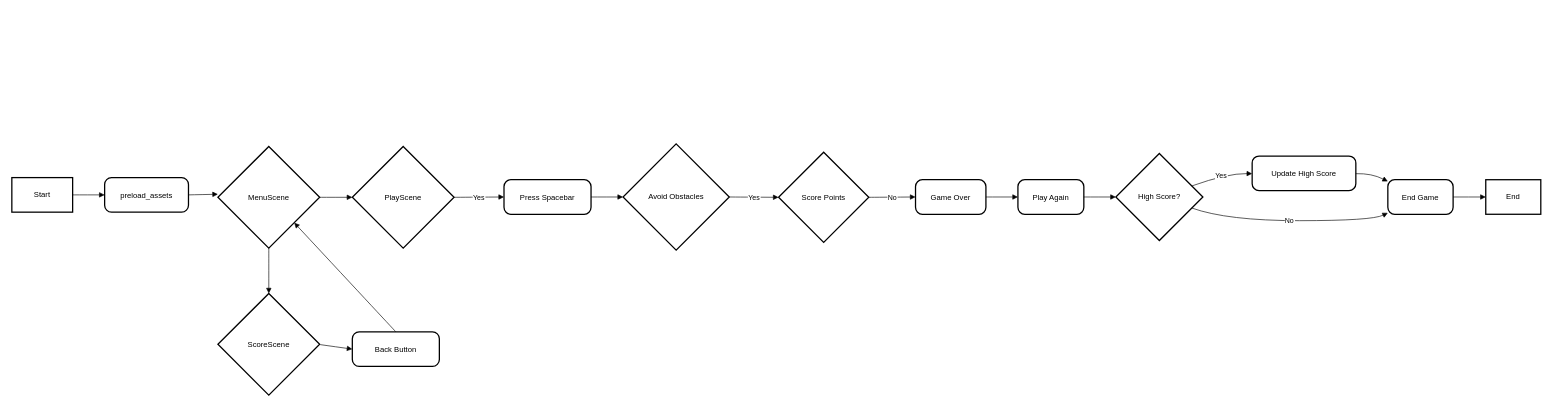
The draw.io diagram fBird_breakdown.drawio in rafalaidlaw/fbird-react, before the edit. Source tidied: cells renumbered, new cells numbered last; positions are measured from the earlier drawing's top-left corner, leaving out a move shared by most shapes. Both pictures are drawn from the tidied source at 64%, with x=0, y=0 at pixel (12, 143).
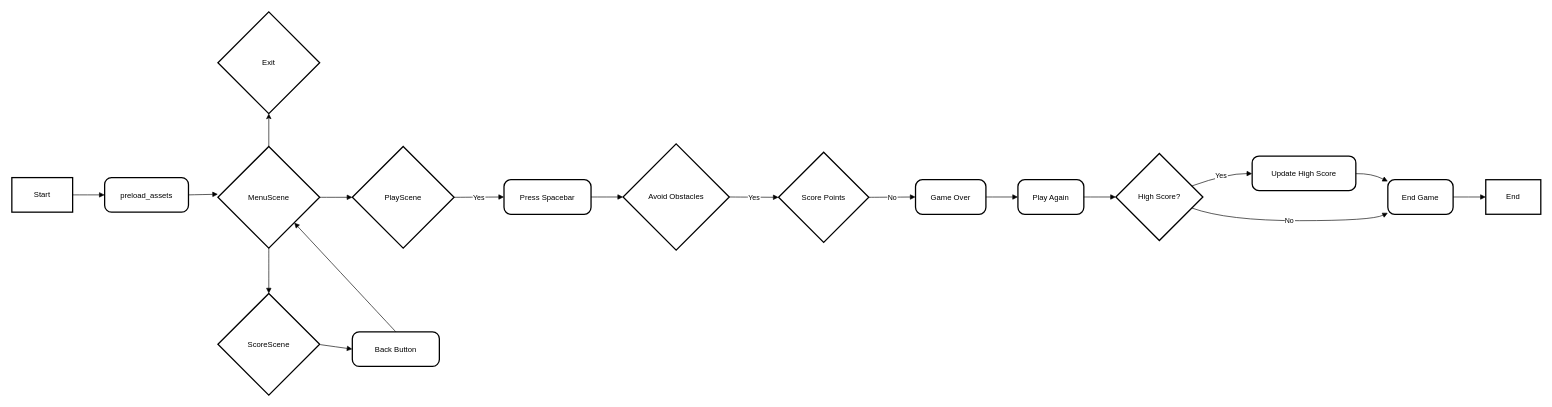
Above is the later version.

Unchanged cells that the change refers to:
```xml
<mxCell id="26" value="MenuScene" style="rhombus;strokeWidth=2;whiteSpace=wrap;" parent="1" vertex="1">
  <mxGeometry x="322" y="4.3" width="159" height="159" as="geometry" />
</mxCell>
```

What changed in the source:
```diff
@@
+    <mxCell id="33" value="Exit" style="rhombus;strokeWidth=2;whiteSpace=wrap;" parent="1" vertex="1">
+      <mxGeometry x="322" y="-206" width="159" height="159" as="geometry" />
+    </mxCell>
+    <mxCell id="34" style="endArrow=classic;html=1;rounded=0;exitX=0.5;exitY=0;exitDx=0;exitDy=0;entryX=0.5;entryY=1;entryDx=0;entryDy=0;" parent="1" edge="1" source="26" target="33">
+      <mxGeometry relative="1" as="geometry" />
+    </mxCell>
```
